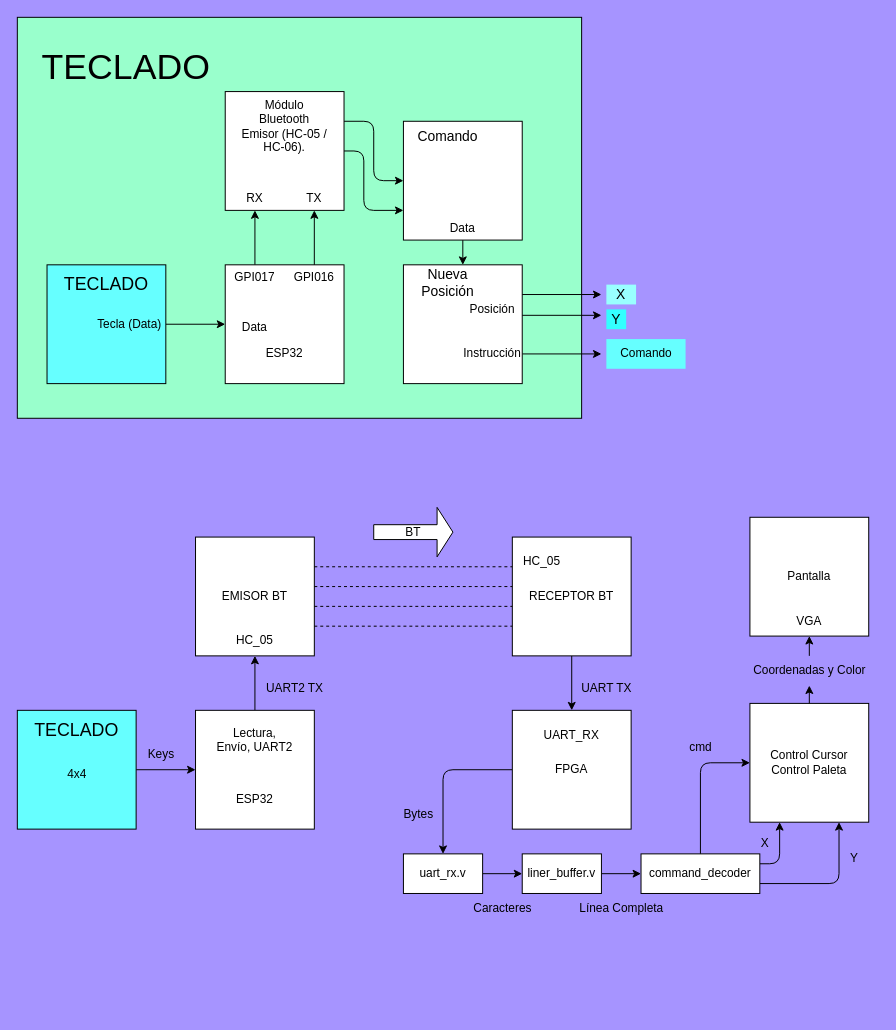
Earlier version of the draw.io diagram retro_paint/diagrams/read_teclado.drawio (safehehe/PTSD1). Source tidied: cells renumbered, new cells numbered last; positions are measured from the earlier drawing's top-left corner, leaving out a move shared by most shapes. Both pictures are drawn from the tidied source at 99%, with x=0, y=0 at pixel (17, 17).
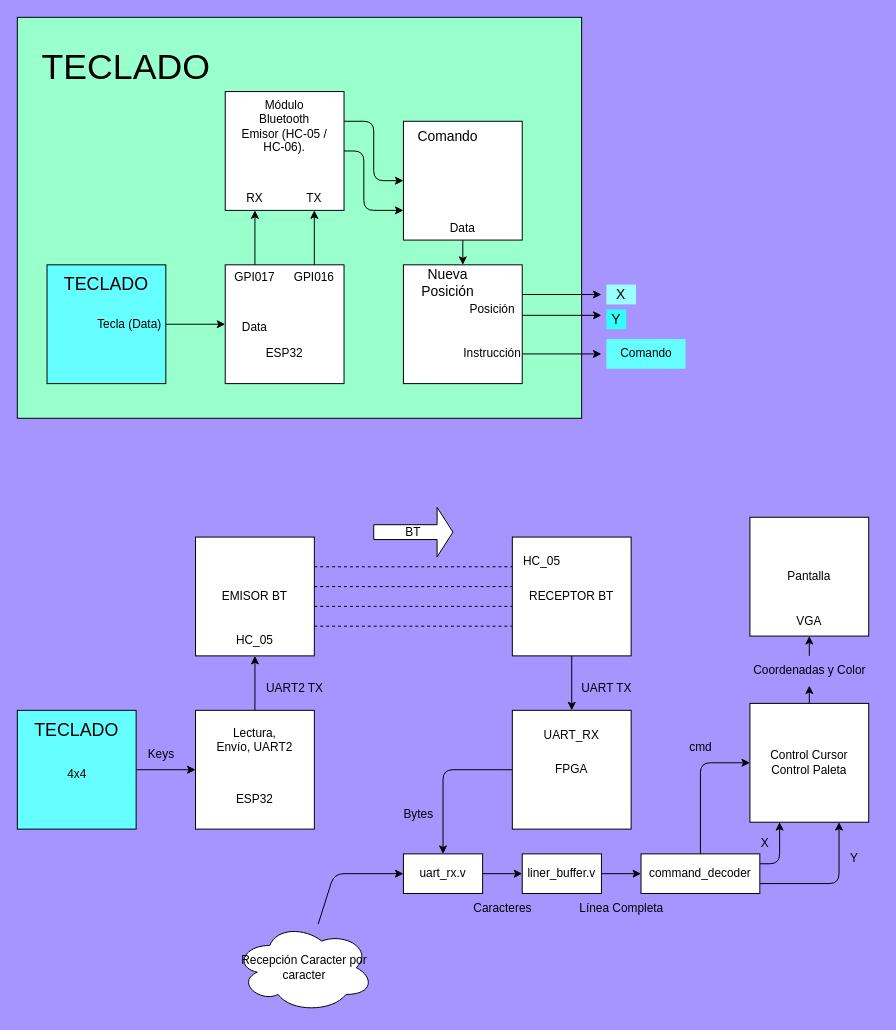
The same page after the edit.

Unchanged cells that the change refers to:
```xml
<mxCell id="60" value="uart_rx.v" style="rounded=0;whiteSpace=wrap;html=1;" parent="1" vertex="1">
  <mxGeometry x="390" y="845" width="80" height="40" as="geometry" />
</mxCell>
```

What changed in the source:
```diff
@@
+    <mxCell id="79" style="edgeStyle=none;html=1;entryX=0;entryY=0.5;entryDx=0;entryDy=0;" parent="1" edge="1" source="80" target="60">
+      <mxGeometry relative="1" as="geometry">
+        <Array as="points">
+          <mxPoint x="320" y="865" />
+        </Array>
+      </mxGeometry>
+    </mxCell>
+    <mxCell id="80" value="Recepción Caracter por caracter" style="ellipse;shape=cloud;whiteSpace=wrap;html=1;" parent="1" vertex="1">
+      <mxGeometry x="220" y="915" width="140" height="90" as="geometry" />
+    </mxCell>
```
